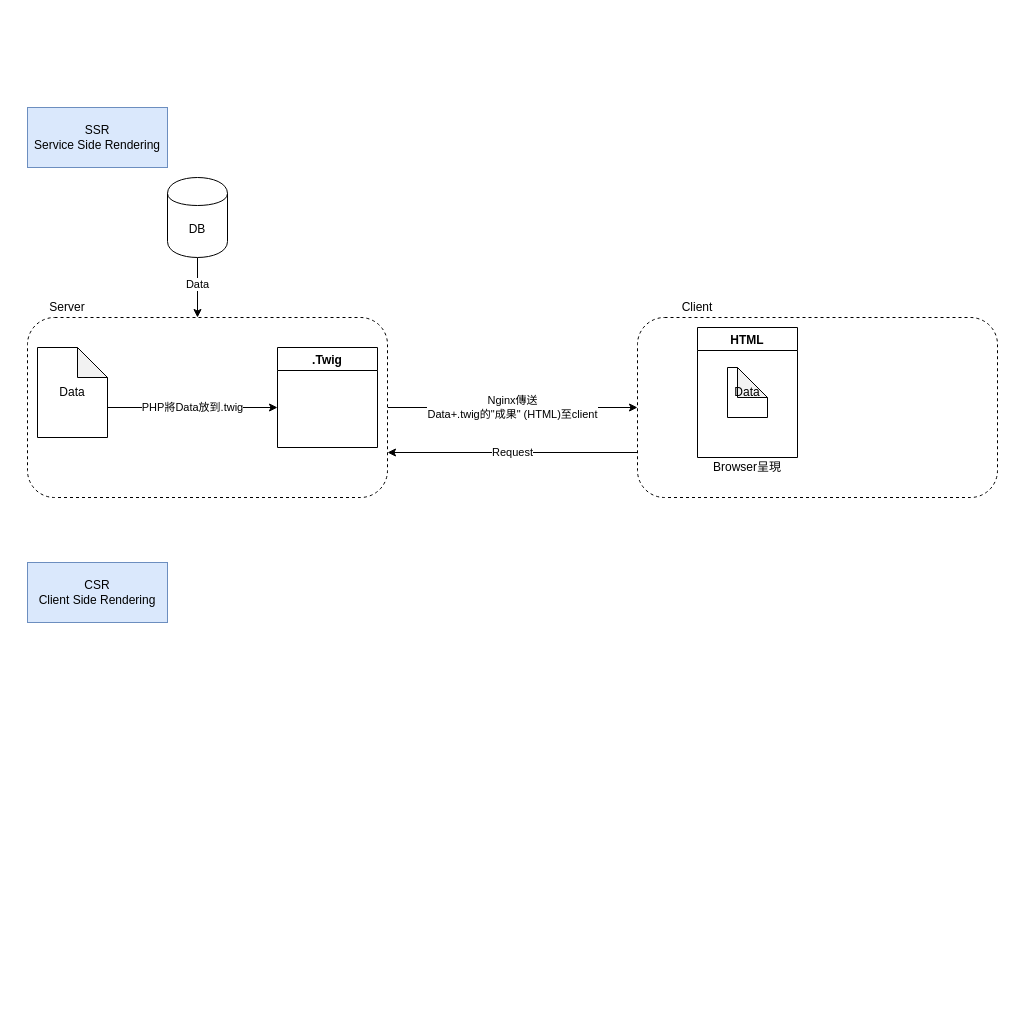
The draw.io diagram Untitled Diagram.drawio in BenmrChen/Draw.io, before the edit. Source tidied: cells renumbered, new cells numbered last; positions are measured from the earlier drawing's top-left corner, leaving out a move shared by most shapes. Both pictures are drawn from the tidied source at 100%, with x=0, y=0 at pixel (27, 107).
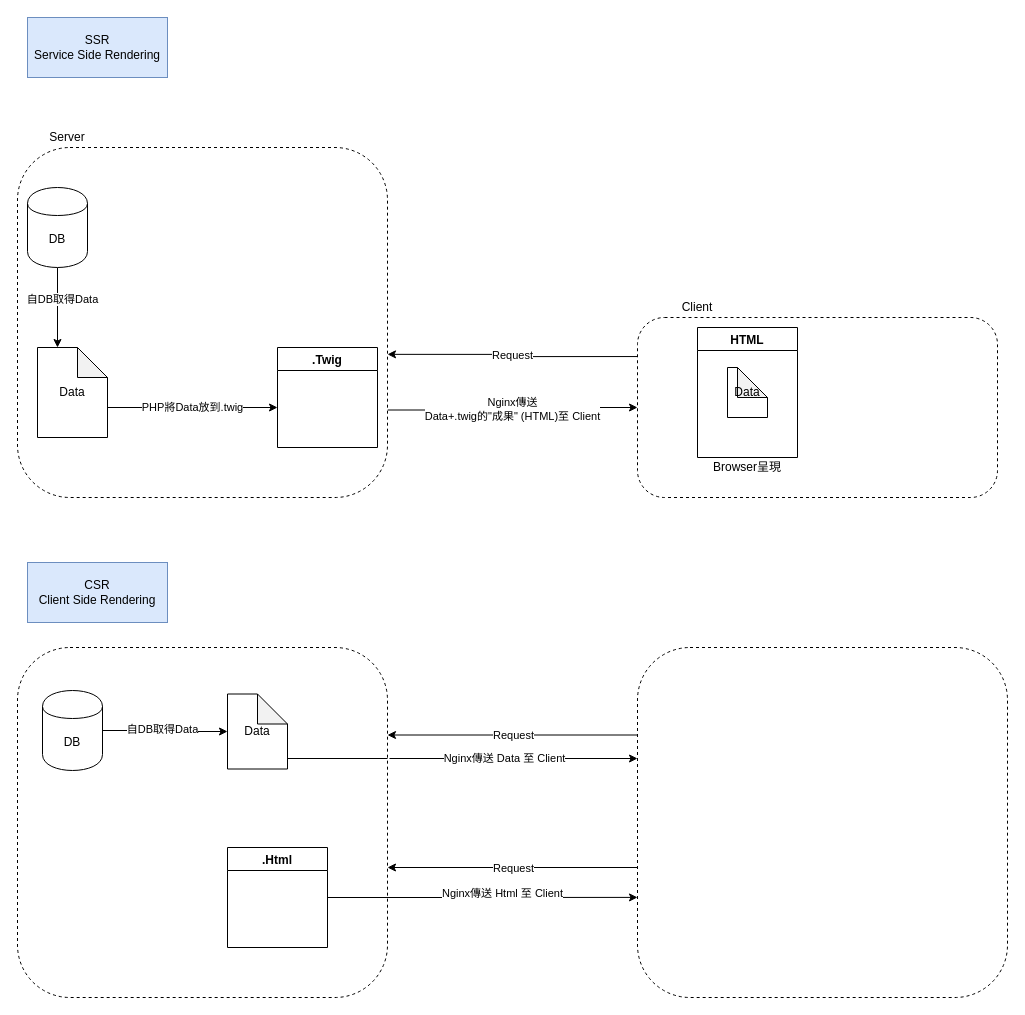
Above is the later version.

The change refers to these unchanged cells:
```xml
<mxCell id="10" value="Data" style="shape=note;whiteSpace=wrap;html=1;backgroundOutline=1;darkOpacity=0.05;gradientColor=#ffffff;" parent="1" vertex="1">
  <mxGeometry x="10" y="240" width="70" height="90" as="geometry" />
</mxCell>
<mxCell id="12" style="rounded=1;whiteSpace=wrap;html=1;dashed=1;" parent="1" vertex="1">
  <mxGeometry x="610" y="210" width="360" height="180" as="geometry" />
</mxCell>
```

What changed in the source:
```diff
@@
-    <mxCell id="2" value="Nginx傳送&lt;br&gt;Data+.twig的&quot;成果&quot; (HTML)至client" style="edgeStyle=orthogonalEdgeStyle;rounded=0;jettySize=auto;html=1;exitX=1;exitY=0.5;exitDx=0;exitDy=0;entryX=0;entryY=0.5;entryDx=0;entryDy=0;startArrow=none;startFill=0;" parent="1" edge="1" source="3" target="12">
+    <mxCell id="2" value="Nginx傳送&lt;br&gt;Data+.twig的&quot;成果&quot; (HTML)至 Client" style="edgeStyle=orthogonalEdgeStyle;rounded=0;jettySize=auto;html=1;exitX=1;exitY=0.75;exitDx=0;exitDy=0;entryX=0;entryY=0.5;entryDx=0;entryDy=0;startArrow=none;startFill=0;" parent="1" edge="1" source="3" target="12">
       <mxGeometry relative="1" as="geometry" />
     </mxCell>
     <mxCell id="3" style="rounded=1;whiteSpace=wrap;html=1;dashed=1;" parent="1" vertex="1">
-      <mxGeometry y="210" width="360" height="180" as="geometry" />
+      <mxGeometry x="-10" y="40" width="370" height="350" as="geometry" />
     </mxCell>
-    <mxCell id="4" style="edgeStyle=orthogonalEdgeStyle;rounded=0;jettySize=auto;html=1;exitX=0.5;exitY=1;exitDx=0;exitDy=0;entryX=0.5;entryY=0;entryDx=0;entryDy=0;startArrow=none;startFill=0;" parent="1" edge="1" source="6">
-      <mxGeometry relative="1" as="geometry">
-        <mxPoint x="170" y="210" as="targetPoint" />
-      </mxGeometry>
-    </mxCell>
-    <mxCell id="5" value="Data" style="edgeLabel;html=1;align=center;verticalAlign=middle;points=[];" parent="4" vertex="1">
-      <mxGeometry x="-0.15" y="-1" relative="1" as="geometry" />
-    </mxCell>
+    <mxCell id="19" style="edgeStyle=orthogonalEdgeStyle;rounded=0;jettySize=auto;html=1;exitX=0.5;exitY=1;exitDx=0;exitDy=0;entryX=0;entryY=0;entryDx=20;entryDy=0;entryPerimeter=0;" parent="1" edge="1" source="6" target="10">
+      <mxGeometry relative="1" as="geometry" />
+    </mxCell>
+    <mxCell id="20" value="自DB取得Data" style="edgeLabel;html=1;align=center;verticalAlign=middle;" parent="19" vertex="1">
+      <mxGeometry x="-0.23" y="4" relative="1" as="geometry" />
+    </mxCell>
     <mxCell id="6" value="DB" style="shape=cylinder;whiteSpace=wrap;html=1;boundedLbl=1;backgroundOutline=1;" parent="1" vertex="1">
-      <mxGeometry x="140" y="70" width="60" height="80" as="geometry" />
+      <mxGeometry y="80" width="60" height="80" as="geometry" />
     </mxCell>
     <mxCell id="7" value="Server" style="text;html=1;strokeColor=none;fillColor=none;align=center;verticalAlign=middle;whiteSpace=wrap;rounded=0;" parent="1" vertex="1">
-      <mxGeometry x="20" y="190" width="40" height="20" as="geometry" />
+      <mxGeometry x="20" y="20" width="40" height="20" as="geometry" />
     </mxCell>
@@
-    <mxCell id="11" value="Request" style="edgeStyle=orthogonalEdgeStyle;rounded=0;jettySize=auto;html=1;exitX=0;exitY=0.75;exitDx=0;exitDy=0;entryX=1;entryY=0.75;entryDx=0;entryDy=0;" parent="1" edge="1" source="12" target="3">
+    <mxCell id="11" value="Request" style="edgeStyle=orthogonalEdgeStyle;rounded=0;jettySize=auto;html=1;exitX=0;exitY=0.217;exitDx=0;exitDy=0;exitPerimeter=0;entryX=1;entryY=0.591;entryDx=0;entryDy=0;entryPerimeter=0;" parent="1" edge="1" source="12" target="3">
       <mxGeometry relative="1" as="geometry" />
     </mxCell>
@@
     <mxCell id="17" value="SSR&lt;br&gt;Service Side Rendering" style="rounded=0;whiteSpace=wrap;html=1;fillColor=#dae8fc;strokeColor=#6c8ebf;" parent="1" vertex="1">
-      <mxGeometry width="140" height="60" as="geometry" />
+      <mxGeometry y="-90" width="140" height="60" as="geometry" />
     </mxCell>
@@
+    <mxCell id="21" style="rounded=1;whiteSpace=wrap;html=1;dashed=1;" parent="1" vertex="1">
+      <mxGeometry x="-10" y="540" width="370" height="350" as="geometry" />
+    </mxCell>
+    <mxCell id="22" style="edgeStyle=orthogonalEdgeStyle;rounded=0;jettySize=auto;html=1;exitX=0;exitY=0.25;exitDx=0;exitDy=0;entryX=1;entryY=0.25;entryDx=0;entryDy=0;" parent="1" edge="1" source="24" target="21">
+      <mxGeometry relative="1" as="geometry" />
+    </mxCell>
+    <mxCell id="23" value="Request" style="edgeLabel;html=1;align=center;verticalAlign=middle;" parent="22" vertex="1">
+      <mxGeometry relative="1" as="geometry" />
+    </mxCell>
+    <mxCell id="24" style="rounded=1;whiteSpace=wrap;html=1;dashed=1;" parent="1" vertex="1">
+      <mxGeometry x="610" y="540" width="370" height="350" as="geometry" />
+    </mxCell>
+    <mxCell id="25" style="edgeStyle=orthogonalEdgeStyle;rounded=0;jettySize=auto;html=1;exitX=1;exitY=0.5;exitDx=0;exitDy=0;entryX=0;entryY=0.5;entryDx=0;entryDy=0;entryPerimeter=0;" parent="1" edge="1" source="27" target="5">
+      <mxGeometry relative="1" as="geometry" />
+    </mxCell>
+    <mxCell id="26" value="自DB取得Data" style="edgeLabel;html=1;align=center;verticalAlign=middle;" parent="25" vertex="1">
+      <mxGeometry x="-0.06" y="2" relative="1" as="geometry" />
+    </mxCell>
+    <mxCell id="27" value="DB" style="shape=cylinder;whiteSpace=wrap;html=1;boundedLbl=1;backgroundOutline=1;" parent="1" vertex="1">
+      <mxGeometry x="15" y="583" width="60" height="80" as="geometry" />
+    </mxCell>
+    <mxCell id="5" value="Data" style="shape=note;whiteSpace=wrap;html=1;backgroundOutline=1;darkOpacity=0.05;gradientColor=#ffffff;" parent="1" vertex="1">
+      <mxGeometry x="200" y="586.5" width="60" height="75" as="geometry" />
+    </mxCell>
+    <mxCell id="28" style="endArrow=classic;html=1;" parent="1" edge="1">
+      <mxGeometry relative="1" as="geometry">
+        <mxPoint x="362" y="651" as="sourcePoint" />
+        <mxPoint x="610" y="651" as="targetPoint" />
+      </mxGeometry>
+    </mxCell>
+    <mxCell id="29" value="Nginx傳送 Data 至 Client" style="edgeLabel;html=1;align=center;verticalAlign=middle;" parent="28" vertex="1">
+      <mxGeometry x="-0.08" y="1" relative="1" as="geometry" />
+    </mxCell>
+    <mxCell id="30" style="endArrow=none;html=1;" parent="1" edge="1">
+      <mxGeometry relative="1" as="geometry">
+        <mxPoint x="260" y="651" as="sourcePoint" />
+        <mxPoint x="360" y="651" as="targetPoint" />
+      </mxGeometry>
+    </mxCell>
+    <mxCell id="31" style="edgeStyle=orthogonalEdgeStyle;rounded=0;jettySize=auto;html=1;exitX=1;exitY=0.5;exitDx=0;exitDy=0;entryX=0;entryY=0.714;entryDx=0;entryDy=0;entryPerimeter=0;" parent="1" edge="1" source="33" target="24">
+      <mxGeometry relative="1" as="geometry" />
+    </mxCell>
+    <mxCell id="32" value="Nginx傳送 Html 至 Client" style="edgeLabel;html=1;align=center;verticalAlign=middle;" parent="31" vertex="1">
+      <mxGeometry x="0.13" y="4" relative="1" as="geometry" />
+    </mxCell>
+    <mxCell id="33" value=".Html" style="swimlane;gradientColor=#ffffff;startSize=23;" parent="1" vertex="1">
+      <mxGeometry x="200" y="740" width="100" height="100" as="geometry" />
+    </mxCell>
+    <mxCell id="34" style="edgeStyle=orthogonalEdgeStyle;rounded=0;orthogonalLoop=1;jettySize=auto;html=1;exitX=0;exitY=0.25;exitDx=0;exitDy=0;entryX=1;entryY=0.25;entryDx=0;entryDy=0;" parent="1" edge="1">
+      <mxGeometry relative="1" as="geometry">
+        <mxPoint x="610" y="760" as="sourcePoint" />
+        <mxPoint x="360" y="760" as="targetPoint" />
+      </mxGeometry>
+    </mxCell>
+    <mxCell id="35" value="Request" style="edgeLabel;html=1;align=center;verticalAlign=middle;" parent="34" vertex="1">
+      <mxGeometry relative="1" as="geometry" />
+    </mxCell>
```
